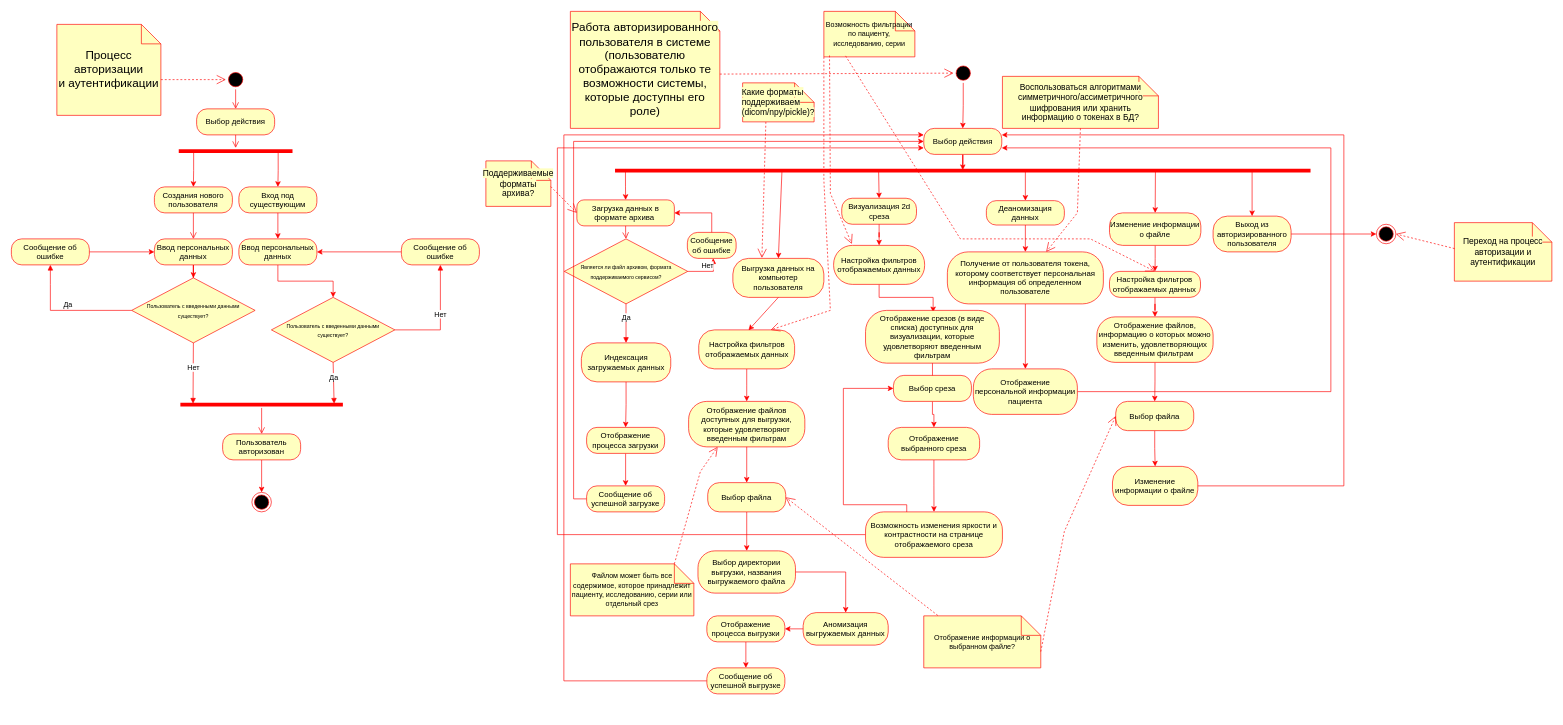
Earlier version of the draw.io diagram Diagrams/ActivityDiagram.drawio (citec-spbu/MedicalDataService). Source tidied: cells renumbered, new cells numbered last; positions are measured from the earlier drawing's top-left corner, leaving out a move shared by most shapes. Both pictures are drawn from the tidied source at 65%, with x=0, y=0 at pixel (11, 11).
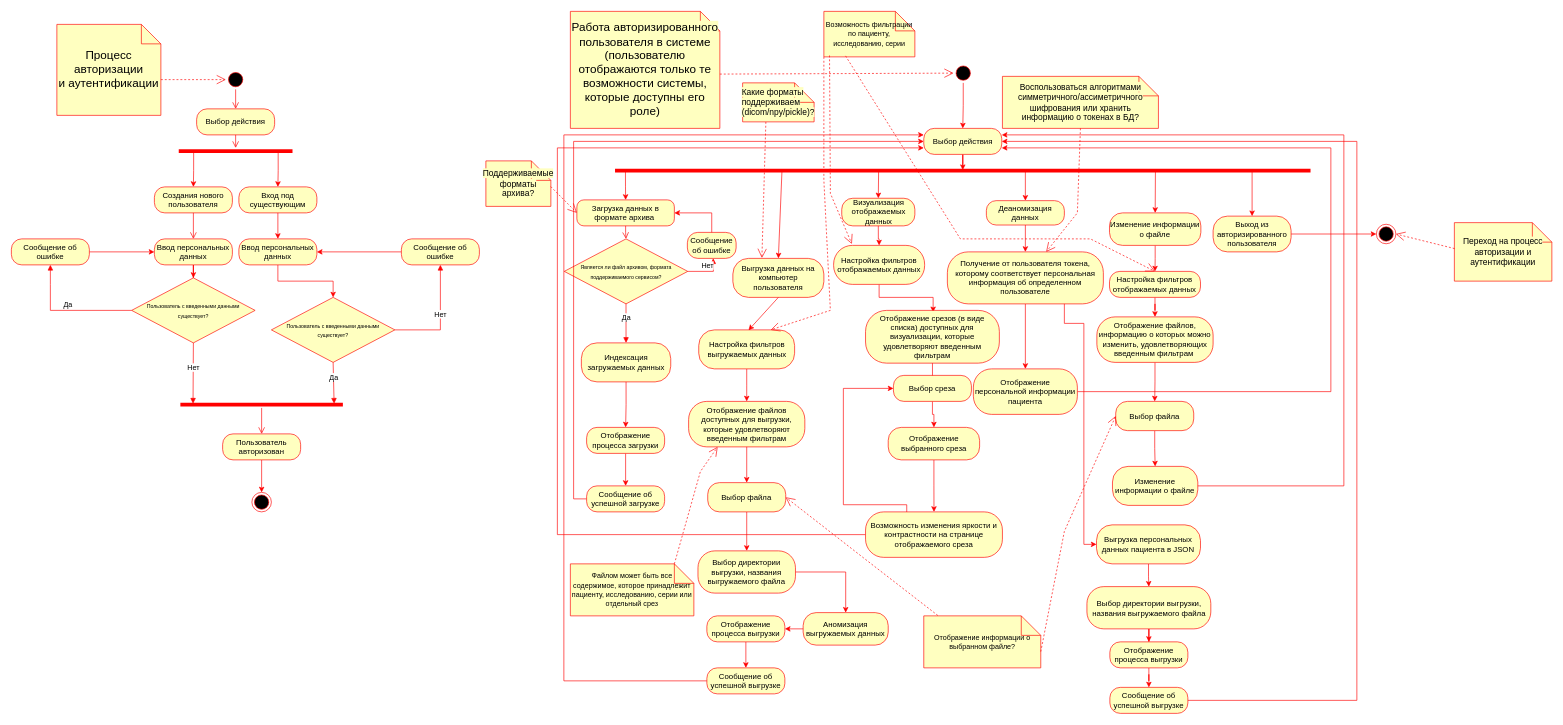
The same diagram, later.

Commit message (it also covers changes not shown here):
fix: ER and Activity diagrams updated

The change refers to these unchanged cells:
```xml
<mxCell id="39" value="Выбор действия" style="rounded=1;whiteSpace=wrap;html=1;arcSize=40;fontColor=#000000;fillColor=#ffffc0;strokeColor=#ff0000;" parent="1" vertex="1">
  <mxGeometry x="1403.7" y="180" width="120" height="40" as="geometry" />
</mxCell>
<mxCell id="90" value="Получение от пользователя токена, которому соответствует персональная информация об определенном пользователе" style="rounded=1;whiteSpace=wrap;html=1;arcSize=40;fontColor=#000000;fillColor=#ffffc0;strokeColor=#ff0000;" parent="1" vertex="1">
  <mxGeometry x="1440" y="370" width="240" height="80" as="geometry" />
</mxCell>
```

The edit, as a diff of the source:
```diff
@@
-    <mxCell id="58" value="Настройка фильтров отображаемых данных" style="rounded=1;whiteSpace=wrap;html=1;arcSize=40;fontColor=#000000;fillColor=#ffffc0;strokeColor=#ff0000;" parent="1" vertex="1">
+    <mxCell id="58" value="Настройка фильтров выгружаемых данных" style="rounded=1;whiteSpace=wrap;html=1;arcSize=40;fontColor=#000000;fillColor=#ffffc0;strokeColor=#ff0000;" parent="1" vertex="1">
       <mxGeometry x="1057.5" y="490" width="147.5" height="60" as="geometry" />
     </mxCell>
@@
-    <mxCell id="69" value="Визуализация 2d среза" style="rounded=1;whiteSpace=wrap;html=1;arcSize=40;fontColor=#000000;fillColor=#ffffc0;strokeColor=#ff0000;" parent="1" vertex="1">
-      <mxGeometry x="1277.5" y="287.5" width="115" height="40" as="geometry" />
+    <mxCell id="69" value="Визуализация отображаемых данных" style="rounded=1;whiteSpace=wrap;html=1;arcSize=40;fontColor=#000000;fillColor=#ffffc0;strokeColor=#ff0000;" parent="1" vertex="1">
+      <mxGeometry x="1277.5" y="287.5" width="112.5" height="42.5" as="geometry" />
     </mxCell>
@@
+    <mxCell id="125" style="edgeStyle=orthogonalEdgeStyle;rounded=0;jettySize=auto;html=1;strokeColor=#FF0000;exitX=0.75;exitY=1;exitDx=0;exitDy=0;" parent="1" edge="1" source="90" target="127">
+      <mxGeometry relative="1" as="geometry">
+        <Array as="points">
+          <mxPoint x="1620" y="480" />
+          <mxPoint x="1650" y="480" />
+        </Array>
+      </mxGeometry>
+    </mxCell>
+    <mxCell id="126" style="edgeStyle=orthogonalEdgeStyle;rounded=0;jettySize=auto;html=1;fillColor=#e51400;strokeColor=#FF0000;" parent="1" edge="1" source="127" target="129">
+      <mxGeometry relative="1" as="geometry" />
+    </mxCell>
+    <mxCell id="127" value="Выгрузка персональных данных пациента в JSON" style="rounded=1;whiteSpace=wrap;html=1;arcSize=40;fontColor=#000000;fillColor=#ffffc0;strokeColor=#ff0000;" parent="1" vertex="1">
+      <mxGeometry x="1669.4" y="790" width="160" height="60" as="geometry" />
+    </mxCell>
+    <mxCell id="128" style="edgeStyle=orthogonalEdgeStyle;rounded=0;jettySize=auto;html=1;strokeColor=#FF0000;" parent="1" edge="1" source="129" target="131">
+      <mxGeometry relative="1" as="geometry" />
+    </mxCell>
+    <mxCell id="129" value="Выбор директории выгрузки, названия выгружаемого файла" style="rounded=1;whiteSpace=wrap;html=1;arcSize=40;fontColor=#000000;fillColor=#ffffc0;strokeColor=#ff0000;" parent="1" vertex="1">
+      <mxGeometry x="1654.7" y="885" width="190.6" height="65" as="geometry" />
+    </mxCell>
+    <mxCell id="130" style="edgeStyle=orthogonalEdgeStyle;rounded=0;jettySize=auto;html=1;strokeColor=#FF0000;" parent="1" edge="1" source="131" target="133">
+      <mxGeometry relative="1" as="geometry" />
+    </mxCell>
+    <mxCell id="131" value="Отображение процесса выгрузки" style="rounded=1;whiteSpace=wrap;html=1;arcSize=40;fontColor=#000000;fillColor=#ffffc0;strokeColor=#ff0000;" parent="1" vertex="1">
+      <mxGeometry x="1690" y="970" width="120" height="40" as="geometry" />
+    </mxCell>
+    <mxCell id="132" style="edgeStyle=orthogonalEdgeStyle;rounded=0;jettySize=auto;html=1;exitX=1;exitY=0.5;exitDx=0;exitDy=0;entryX=1;entryY=0.5;entryDx=0;entryDy=0;strokeColor=#FF0000;" parent="1" edge="1" source="133" target="39">
+      <mxGeometry relative="1" as="geometry">
+        <Array as="points">
+          <mxPoint x="2070" y="1060" />
+          <mxPoint x="2070" y="200" />
+        </Array>
+      </mxGeometry>
+    </mxCell>
+    <mxCell id="133" value="Сообщение об успешной выгрузке" style="rounded=1;whiteSpace=wrap;html=1;arcSize=40;fontColor=#000000;fillColor=#ffffc0;strokeColor=#ff0000;" parent="1" vertex="1">
+      <mxGeometry x="1690" y="1040" width="120" height="40" as="geometry" />
+    </mxCell>
```
